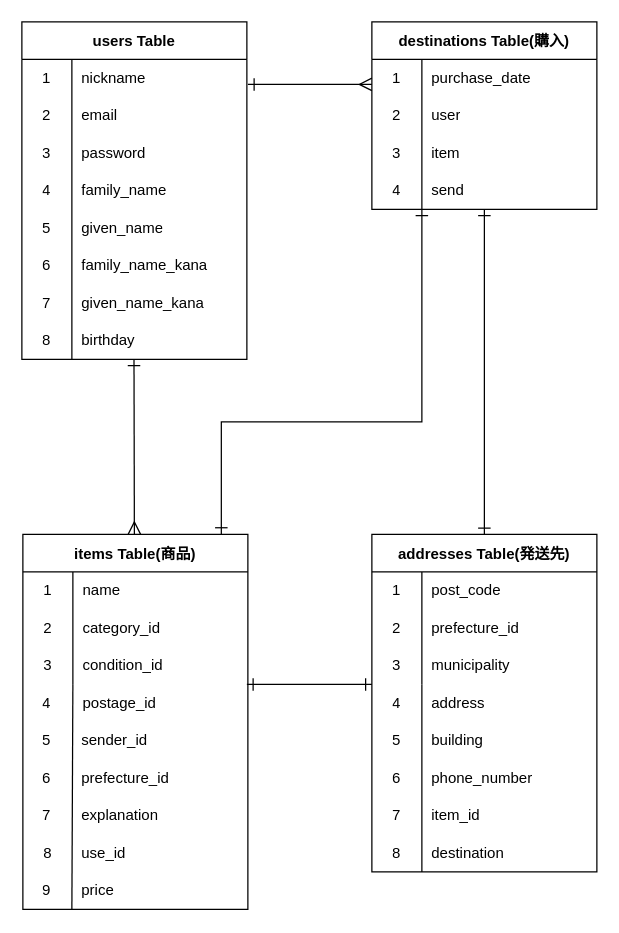
This is ER図.dio from htn9sys/furima-39212, a draw.io file, before an edit. Source tidied: cells renumbered, new cells numbered last; positions are measured from the earlier drawing's top-left corner, leaving out a move shared by most shapes. Both pictures are drawn from the tidied source at 125%, with x=0, y=0 at pixel (21, 21).
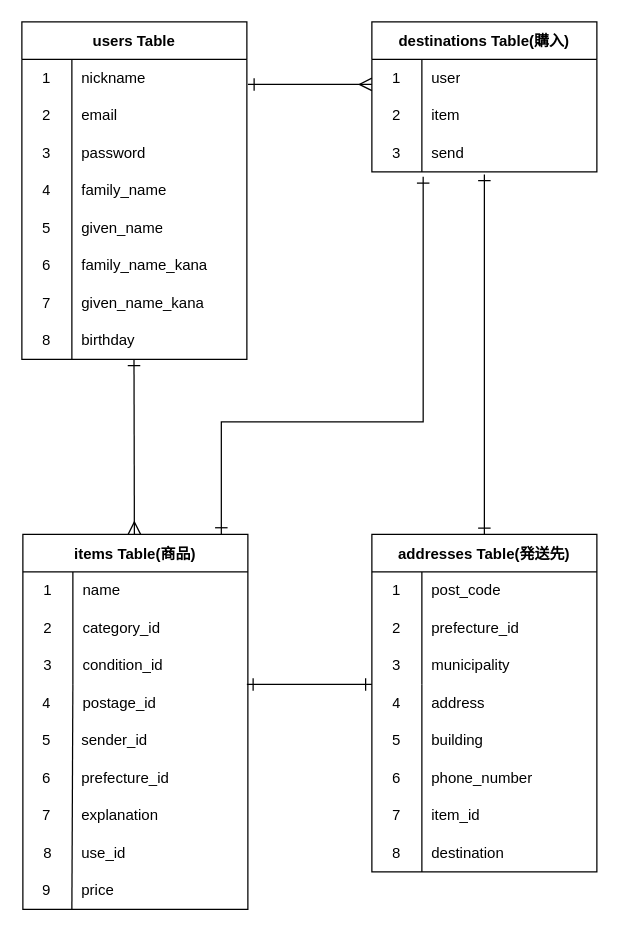
The same diagram, later.

Commit message (it also covers changes not shown here):
ER図_READMEの修正 2

Unchanged cells that the change refers to:
```xml
<mxCell id="13" value="items Table(商品)" style="shape=table;startSize=30;childLayout=tableLayout;rowLines=0;fontStyle=1;" parent="1" vertex="1">
  <mxGeometry x="0.8" y="410" width="180" height="300" as="geometry" />
</mxCell>
<mxCell id="23" value="addresses Table(発送先)" style="shape=table;startSize=30;childLayout=tableLayout;rowLines=0;fontStyle=1;" parent="1" vertex="1">
  <mxGeometry x="280" y="410" width="180" height="270" as="geometry" />
</mxCell>
<mxCell id="34" style="shape=tableRow;horizontal=0;startSize=0;swimlaneHead=0;swimlaneBody=0;top=0;left=0;bottom=0;right=0;fillColor=none;" parent="33" vertex="1">
  <mxGeometry y="30" width="180" height="30" as="geometry" />
</mxCell>
<mxCell id="37" style="shape=tableRow;horizontal=0;startSize=0;swimlaneHead=0;swimlaneBody=0;top=0;left=0;bottom=0;right=0;fillColor=none;" parent="33" vertex="1">
  <mxGeometry y="60" width="180" height="30" as="geometry" />
</mxCell>
<mxCell id="40" style="shape=tableRow;horizontal=0;startSize=0;swimlaneHead=0;swimlaneBody=0;top=0;left=0;bottom=0;right=0;fillColor=none;points=[[0,0.5],[1,0.5]];portConstraint=eastwest;" parent="33" vertex="1">
  <mxGeometry y="90" width="180" height="30" as="geometry" />
</mxCell>
```

The edit, as a diff of the source:
```diff
@@
     <mxCell id="33" value="destinations Table(購入)" style="shape=table;startSize=30;childLayout=tableLayout;rowLines=0;fontStyle=1;" parent="1" vertex="1">
-      <mxGeometry x="280" width="180" height="150" as="geometry" />
+      <mxGeometry x="280" width="180" height="120" as="geometry" />
     </mxCell>
@@
-    <mxCell id="36" value="purchase_date" style="shape=partialRectangle;html=1;whiteSpace=wrap;fillColor=none;top=0;left=0;bottom=0;right=0;align=left;spacingLeft=6;overflow=hidden;" parent="34" vertex="1">
+    <mxCell id="36" value="user" style="shape=partialRectangle;html=1;whiteSpace=wrap;fillColor=none;top=0;left=0;bottom=0;right=0;align=left;spacingLeft=6;overflow=hidden;" parent="34" vertex="1">
       <mxGeometry x="40" width="140" height="30" as="geometry" />
     </mxCell>
@@
-    <mxCell id="39" value="user" style="shape=partialRectangle;html=1;whiteSpace=wrap;fillColor=none;top=0;left=0;bottom=0;right=0;align=left;spacingLeft=6;overflow=hidden;" parent="37" vertex="1">
+    <mxCell id="39" value="item" style="shape=partialRectangle;html=1;whiteSpace=wrap;fillColor=none;top=0;left=0;bottom=0;right=0;align=left;spacingLeft=6;overflow=hidden;" parent="37" vertex="1">
       <mxGeometry x="40" width="140" height="30" as="geometry" />
     </mxCell>
@@
-    <mxCell id="42" value="item" style="shape=partialRectangle;html=1;whiteSpace=wrap;fillColor=none;top=0;left=0;bottom=0;right=0;align=left;spacingLeft=6;overflow=hidden;" parent="40" vertex="1">
+    <mxCell id="42" value="send" style="shape=partialRectangle;html=1;whiteSpace=wrap;fillColor=none;top=0;left=0;bottom=0;right=0;align=left;spacingLeft=6;overflow=hidden;" parent="40" vertex="1">
       <mxGeometry x="40" width="140" height="30" as="geometry" />
     </mxCell>
@@
-    <mxCell id="78" style="endArrow=ERone;html=1;strokeWidth=1;startSize=8;endSize=8;targetPerimeterSpacing=7;jumpSize=11;endFill=0;startArrow=ERone;startFill=0;sourcePerimeterSpacing=7;entryX=0.5;entryY=0;entryDx=0;entryDy=0;" parent="1" edge="1" target="23">
-      <mxGeometry relative="1" as="geometry">
-        <mxPoint x="370" y="150" as="sourcePoint" />
-      </mxGeometry>
+    <mxCell id="78" style="endArrow=ERone;html=1;strokeWidth=1;startSize=8;endSize=8;targetPerimeterSpacing=7;jumpSize=11;endFill=0;startArrow=ERone;startFill=0;sourcePerimeterSpacing=7;entryX=0.5;entryY=0;entryDx=0;entryDy=0;exitX=0.5;exitY=1.067;exitDx=0;exitDy=0;exitPerimeter=0;" parent="1" edge="1" source="40" target="23">
+      <mxGeometry relative="1" as="geometry" />
     </mxCell>
@@
-    <mxCell id="83" style="edgeStyle=elbowEdgeStyle;elbow=vertical;endArrow=ERone;html=1;curved=0;rounded=0;endSize=8;startSize=8;exitX=0.882;exitY=-0.001;exitDx=0;exitDy=0;exitPerimeter=0;startArrow=ERone;startFill=0;endFill=0;" parent="1" edge="1" source="13">
+    <mxCell id="83" style="edgeStyle=elbowEdgeStyle;elbow=vertical;endArrow=ERone;html=1;curved=0;rounded=0;endSize=8;startSize=8;exitX=0.882;exitY=-0.001;exitDx=0;exitDy=0;exitPerimeter=0;startArrow=ERone;startFill=0;endFill=0;entryX=0.228;entryY=1.133;entryDx=0;entryDy=0;entryPerimeter=0;" parent="1" edge="1" source="13" target="40">
       <mxGeometry relative="1" as="geometry">
-        <mxPoint x="320" y="150" as="targetPoint" />
         <Array as="points">
           <mxPoint x="230" y="320" />
         </Array>
       </mxGeometry>
     </mxCell>
-    <mxCell id="84" value="4" style="shape=partialRectangle;html=1;whiteSpace=wrap;fillColor=none;top=0;left=0;bottom=0;right=0;overflow=hidden;" parent="1" vertex="1">
-      <mxGeometry x="280" y="120" width="40" height="30" as="geometry" />
-    </mxCell>
-    <mxCell id="85" value="send" style="shape=partialRectangle;html=1;whiteSpace=wrap;fillColor=none;top=0;left=0;bottom=0;right=0;align=left;spacingLeft=6;overflow=hidden;" parent="1" vertex="1">
-      <mxGeometry x="320" y="120" width="140" height="30" as="geometry" />
-    </mxCell>
-    <mxCell id="86" style="endArrow=none;html=1;strokeWidth=1;startSize=8;endSize=8;sourcePerimeterSpacing=7;targetPerimeterSpacing=7;jumpSize=11;" parent="1" edge="1">
-      <mxGeometry relative="1" as="geometry">
-        <mxPoint x="320" y="150" as="sourcePoint" />
-        <mxPoint x="320" y="120" as="targetPoint" />
-      </mxGeometry>
-    </mxCell>
```
